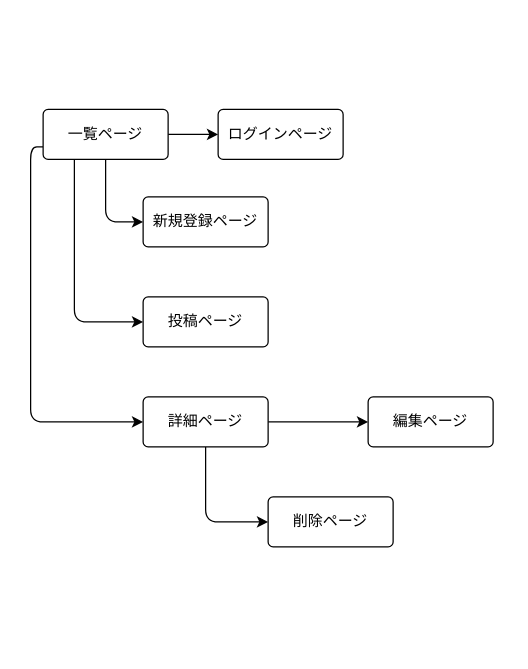
The draw.io diagram transition.dio in umeharaharuki/world_cook, before the edit. Source tidied: cells renumbered, new cells numbered last; positions are measured from the earlier drawing's top-left corner, leaving out a move shared by most shapes. Both pictures are drawn from the tidied source at 125%, with x=0, y=0 at pixel (42, 109).
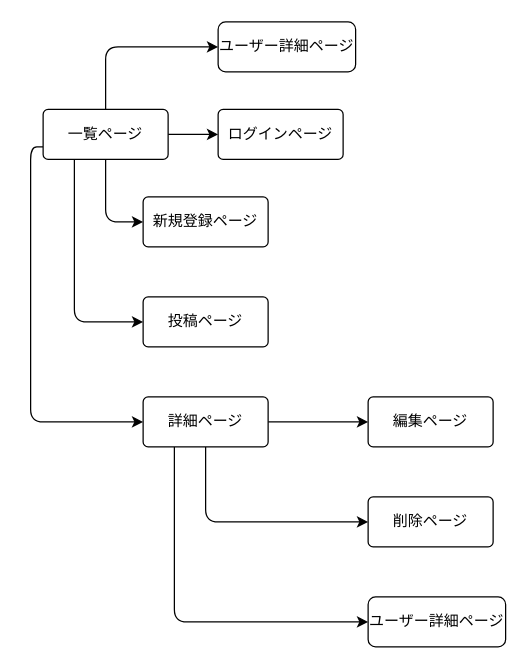
Above is the later version.

The edit, as a diff of the source:
```diff
@@
 <mxGraphModel>
   <root>
     <mxCell id="0" />
     <mxCell id="1" parent="0" />
     <mxCell id="2" style="edgeStyle=none;html=1;exitX=1;exitY=0.5;exitDx=0;exitDy=0;entryX=0;entryY=0.5;entryDx=0;entryDy=0;" parent="1" edge="1" source="6" target="9">
       <mxGeometry relative="1" as="geometry" />
     </mxCell>
     <mxCell id="3" style="edgeStyle=orthogonalEdgeStyle;html=1;exitX=0.5;exitY=1;exitDx=0;exitDy=0;entryX=0;entryY=0.5;entryDx=0;entryDy=0;" parent="1" edge="1" source="6" target="8">
       <mxGeometry relative="1" as="geometry" />
     </mxCell>
     <mxCell id="4" style="edgeStyle=orthogonalEdgeStyle;html=1;exitX=0.25;exitY=1;exitDx=0;exitDy=0;entryX=0;entryY=0.5;entryDx=0;entryDy=0;" parent="1" edge="1" source="6" target="7">
       <mxGeometry relative="1" as="geometry" />
     </mxCell>
     <mxCell id="5" style="edgeStyle=orthogonalEdgeStyle;html=1;exitX=0;exitY=0.75;exitDx=0;exitDy=0;entryX=0;entryY=0.5;entryDx=0;entryDy=0;" parent="1" edge="1" source="6" target="12">
       <mxGeometry relative="1" as="geometry" />
     </mxCell>
+    <mxCell id="15" style="edgeStyle=orthogonalEdgeStyle;html=1;exitX=0.5;exitY=0;exitDx=0;exitDy=0;entryX=0;entryY=0.5;entryDx=0;entryDy=0;" parent="1" edge="1" source="6" target="18">
+      <mxGeometry relative="1" as="geometry" />
+    </mxCell>
     <mxCell id="6" value="一覧ページ" style="rounded=1;arcSize=10;whiteSpace=wrap;html=1;align=center;" parent="1" vertex="1">
       <mxGeometry width="100" height="40" as="geometry" />
     </mxCell>
     <mxCell id="7" value="投稿ページ" style="rounded=1;arcSize=10;whiteSpace=wrap;html=1;align=center;" parent="1" vertex="1">
       <mxGeometry x="80" y="150" width="100" height="40" as="geometry" />
     </mxCell>
     <mxCell id="8" value="新規登録ページ" style="rounded=1;arcSize=10;whiteSpace=wrap;html=1;align=center;" parent="1" vertex="1">
       <mxGeometry x="80" y="70" width="100" height="40" as="geometry" />
     </mxCell>
     <mxCell id="9" value="ログインページ" style="rounded=1;arcSize=10;whiteSpace=wrap;html=1;align=center;" parent="1" vertex="1">
       <mxGeometry x="140" width="100" height="40" as="geometry" />
     </mxCell>
     <mxCell id="10" style="edgeStyle=none;html=1;exitX=1;exitY=0.5;exitDx=0;exitDy=0;" parent="1" edge="1" source="12" target="13">
       <mxGeometry relative="1" as="geometry" />
     </mxCell>
+    <mxCell id="16" style="edgeStyle=orthogonalEdgeStyle;html=1;exitX=0.25;exitY=1;exitDx=0;exitDy=0;entryX=0;entryY=0.5;entryDx=0;entryDy=0;" parent="1" edge="1" source="12" target="17">
+      <mxGeometry relative="1" as="geometry" />
+    </mxCell>
     <mxCell id="11" style="edgeStyle=orthogonalEdgeStyle;html=1;exitX=0.5;exitY=1;exitDx=0;exitDy=0;entryX=0;entryY=0.5;entryDx=0;entryDy=0;" parent="1" edge="1" source="12" target="14">
       <mxGeometry relative="1" as="geometry" />
     </mxCell>
     <mxCell id="12" value="詳細ページ" style="rounded=1;arcSize=10;whiteSpace=wrap;html=1;align=center;" parent="1" vertex="1">
       <mxGeometry x="80" y="230" width="100" height="40" as="geometry" />
     </mxCell>
     <mxCell id="13" value="編集ページ" style="rounded=1;arcSize=10;whiteSpace=wrap;html=1;align=center;" parent="1" vertex="1">
       <mxGeometry x="260" y="230" width="100" height="40" as="geometry" />
     </mxCell>
     <mxCell id="14" value="削除ページ" style="rounded=1;arcSize=10;whiteSpace=wrap;html=1;align=center;" parent="1" vertex="1">
-      <mxGeometry x="180" y="310" width="100" height="40" as="geometry" />
+      <mxGeometry x="260" y="310" width="100" height="40" as="geometry" />
     </mxCell>
+    <mxCell id="17" value="ユーザー詳細ページ" style="rounded=1;whiteSpace=wrap;html=1;" parent="1" vertex="1">
+      <mxGeometry x="260" y="390" width="110" height="40" as="geometry" />
+    </mxCell>
+    <mxCell id="18" value="ユーザー詳細ページ" style="rounded=1;whiteSpace=wrap;html=1;" parent="1" vertex="1">
+      <mxGeometry x="140" y="-70" width="110" height="40" as="geometry" />
+    </mxCell>
   </root>
 </mxGraphModel>
```
